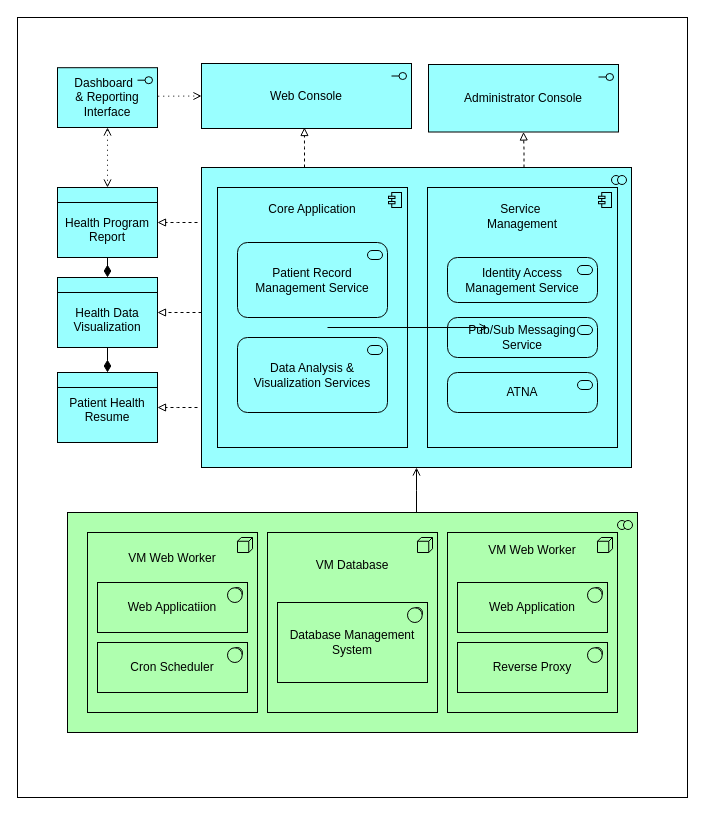
Before: input/l2/Thesis ADR.drawio in hi-dinanti/anc-ig-pwskia, a draw.io diagram. Source tidied: cells renumbered, new cells numbered last; positions are measured from the earlier drawing's top-left corner, leaving out a move shared by most shapes. Both pictures are drawn from the tidied source at 100%, with x=0, y=0 at pixel (17, 17).
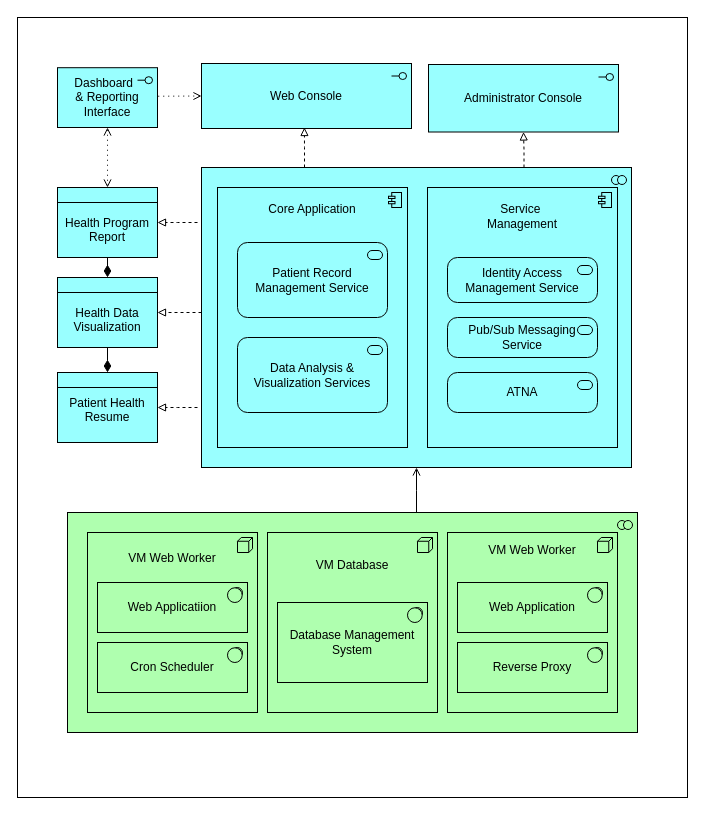
The same page after the edit.

Change to the diagram source:
```diff
@@
-    <mxCell id="37" style="edgeStyle=elbowEdgeStyle;html=1;endArrow=open;elbow=vertical;endFill=1;rounded=0;" parent="1" edge="1">
-      <mxGeometry relative="1" as="geometry">
-        <mxPoint x="310" y="310" as="sourcePoint" />
-        <mxPoint x="470" y="310" as="targetPoint" />
-      </mxGeometry>
-    </mxCell>
```
